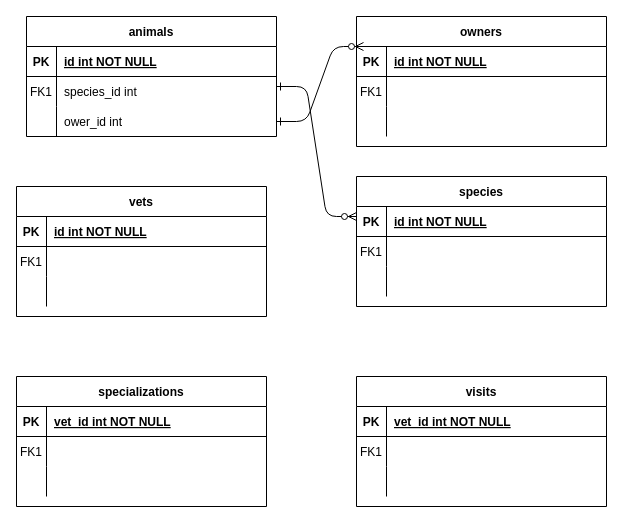
This is Untitled Diagram.drawio from mpa-mxiang/vet-clinic, a draw.io file, before an edit. Source tidied: cells renumbered, new cells numbered last; positions are measured from the earlier drawing's top-left corner, leaving out a move shared by most shapes. Both pictures are drawn from the tidied source at 100%, with x=0, y=0 at pixel (16, 16).
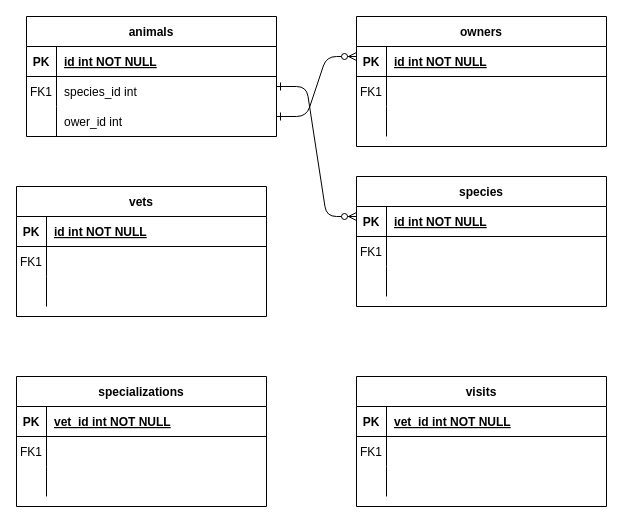
The same diagram, later.

The change refers to these unchanged cells:
```xml
<mxCell id="4" style="shape=partialRectangle;fillColor=none;points=[[0,0.5],[1,0.5]];portConstraint=eastwest;top=0;left=0;right=0;bottom=1;" parent="3" vertex="1">
  <mxGeometry y="30" width="250" height="30" as="geometry" />
</mxCell>
<mxCell id="30" style="shape=partialRectangle;fillColor=none;points=[[0,0.5],[1,0.5]];portConstraint=eastwest;top=0;left=0;right=0;bottom=0;" parent="23" vertex="1">
  <mxGeometry y="90" width="250" height="30" as="geometry" />
</mxCell>
```

The edit, as a diff of the source:
```diff
@@
-    <mxCell id="33" style="edgeStyle=entityRelationEdgeStyle;endArrow=ERzeroToMany;startArrow=ERone;endFill=1;startFill=0;entryX=0.028;entryY=0;entryDx=0;entryDy=0;exitX=1;exitY=0.5;exitDx=0;exitDy=0;entryPerimeter=0;" parent="1" edge="1" source="30" target="4">
+    <mxCell id="33" style="edgeStyle=entityRelationEdgeStyle;endArrow=ERzeroToMany;startArrow=ERone;endFill=1;startFill=0;entryX=0.028;entryY=0;entryDx=0;entryDy=0;exitX=1;exitY=0.333;exitDx=0;exitDy=0;entryPerimeter=0;exitPerimeter=0;" parent="1" edge="1" source="30">
       <mxGeometry relative="1" as="geometry">
+        <mxPoint x="340" y="40" as="targetPoint" />
         <Array as="points">
-          <mxPoint x="340" y="210" />
-          <mxPoint x="340" y="220" />
-          <mxPoint x="340" y="50" />
-          <mxPoint x="340" y="90" />
-          <mxPoint x="340" y="100" />
-          <mxPoint x="360" y="230" />
+          <mxPoint x="263" y="100" />
+          <mxPoint x="333" y="220" />
+          <mxPoint x="333" y="230" />
+          <mxPoint x="333" y="60" />
+          <mxPoint x="333" y="100" />
+          <mxPoint x="333" y="110" />
+          <mxPoint x="353" y="240" />
         </Array>
       </mxGeometry>
     </mxCell>
```
